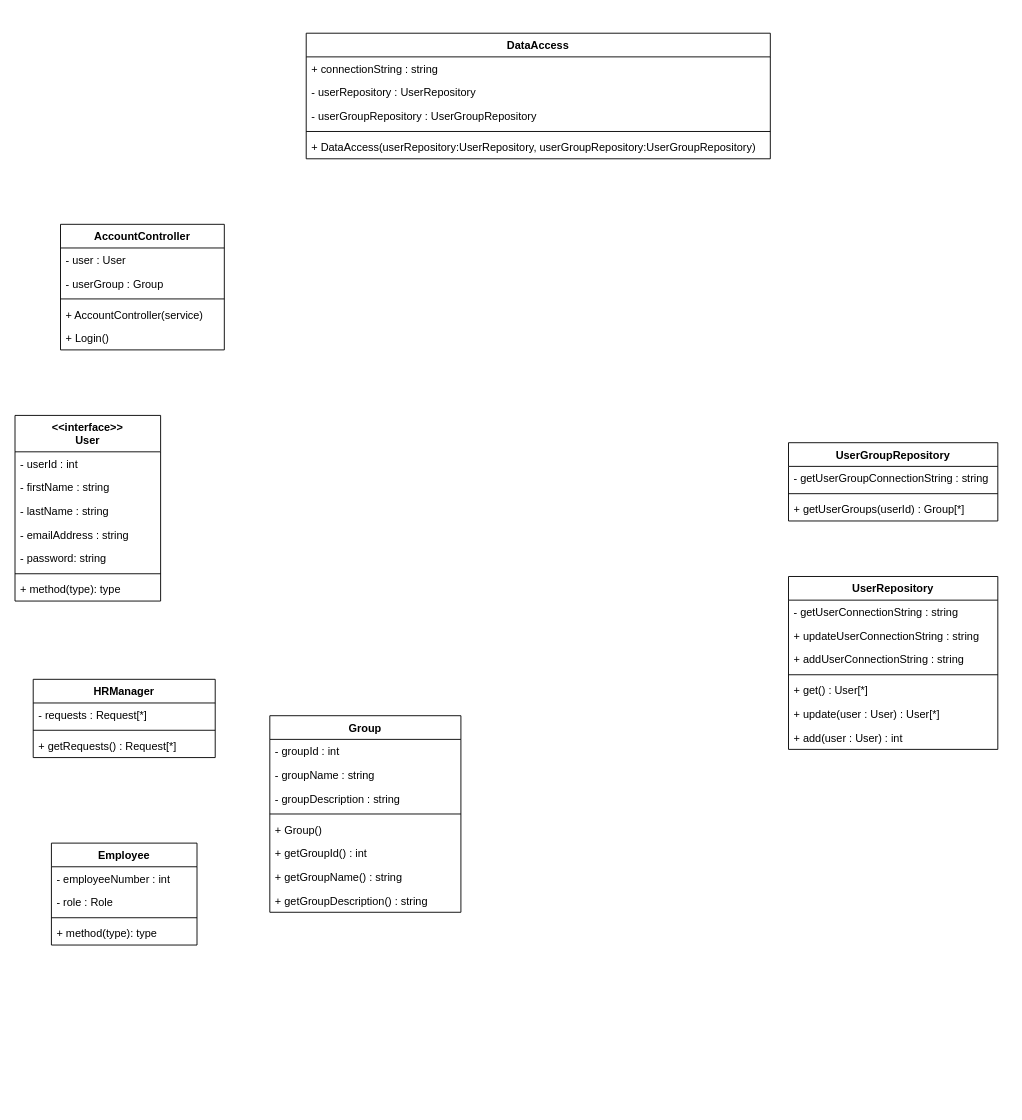
Above: LoginClassDiagram.drawio in learningCurve89/WorkBasedPortfolios (draw.io), before the change. Source tidied: cells renumbered, new cells numbered last; positions are measured from the earlier drawing's top-left corner, leaving out a move shared by most shapes. Both pictures are drawn from the tidied source at 91%, with x=0, y=0 at pixel (15, 33).
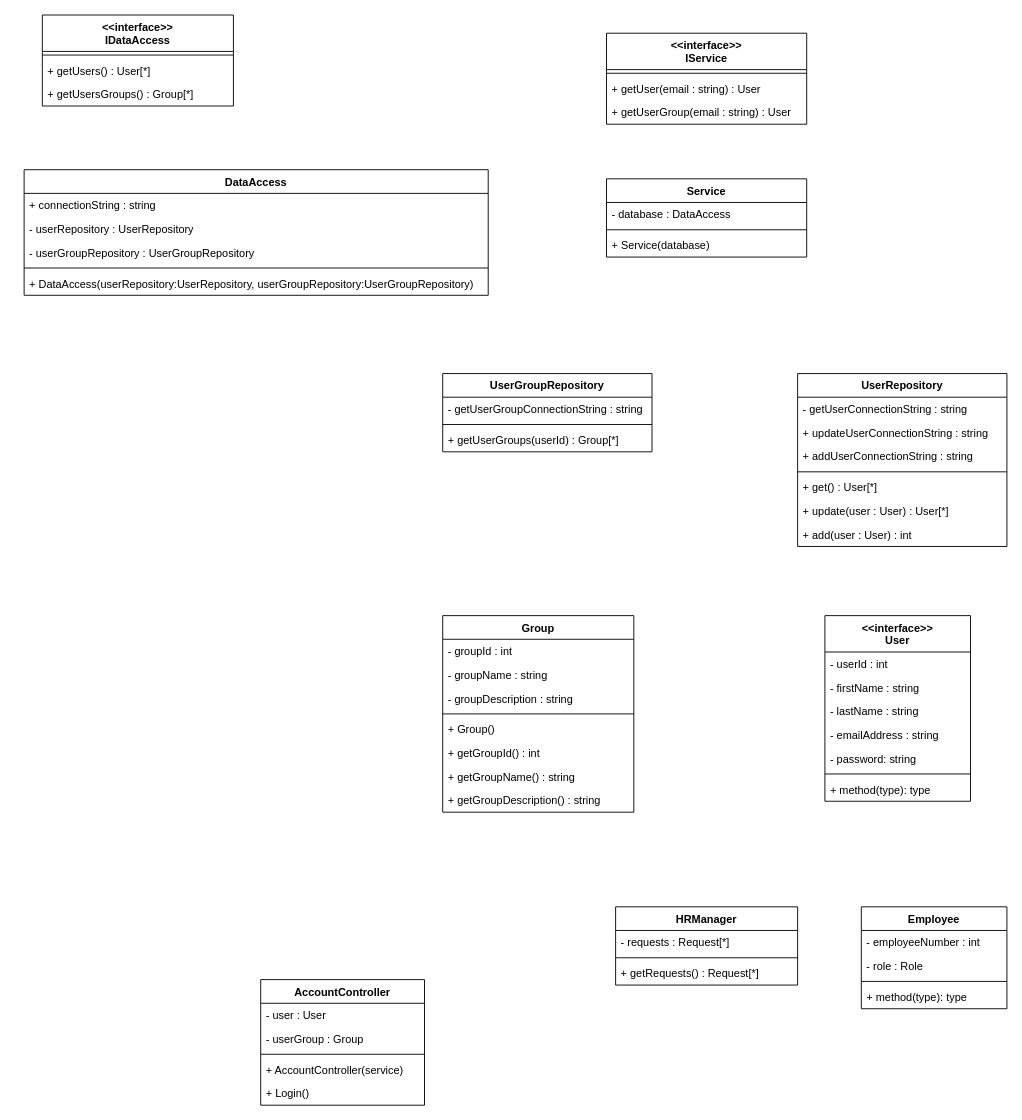
The same page after the edit.

Change to the diagram source:
```diff
@@
     <mxCell id="2" value="AccountController" style="swimlane;fontStyle=1;align=center;verticalAlign=top;horizontal=1;startSize=26;" parent="1" vertex="1">
-      <mxGeometry x="50" y="210" width="180" height="138" as="geometry" />
+      <mxGeometry x="270" y="1040" width="180" height="138" as="geometry" />
     </mxCell>
@@
     <mxCell id="8" value="&lt;&lt;interface&gt;&gt;&#10;User" style="swimlane;fontStyle=1;align=center;verticalAlign=top;horizontal=1;startSize=40;" parent="1" vertex="1">
-      <mxGeometry y="420" width="160" height="204" as="geometry" />
+      <mxGeometry x="890" y="640" width="160" height="204" as="geometry" />
     </mxCell>
@@
     <mxCell id="16" value="Group" style="swimlane;fontStyle=1;align=center;verticalAlign=top;horizontal=1;startSize=26;" parent="1" vertex="1">
-      <mxGeometry x="280" y="750" width="210" height="216" as="geometry" />
+      <mxGeometry x="470" y="640" width="210" height="216" as="geometry" />
     </mxCell>
@@
     <mxCell id="25" value="Employee" style="swimlane;fontStyle=1;align=center;verticalAlign=top;horizontal=1;startSize=26;" parent="1" vertex="1">
-      <mxGeometry x="40" y="890" width="160" height="112" as="geometry" />
+      <mxGeometry x="930" y="960" width="160" height="112" as="geometry" />
     </mxCell>
@@
     <mxCell id="30" value="HRManager" style="swimlane;fontStyle=1;align=center;verticalAlign=top;horizontal=1;startSize=26;" parent="1" vertex="1">
-      <mxGeometry x="20" y="710" width="200" height="86" as="geometry" />
+      <mxGeometry x="660" y="960" width="200" height="86" as="geometry" />
     </mxCell>
@@
     <mxCell id="34" value="UserGroupRepository" style="swimlane;fontStyle=1;align=center;verticalAlign=top;horizontal=1;startSize=26;" parent="1" vertex="1">
-      <mxGeometry x="850" y="450" width="230" height="86" as="geometry" />
+      <mxGeometry x="470" y="374" width="230" height="86" as="geometry" />
     </mxCell>
@@
     <mxCell id="38" value="UserRepository" style="swimlane;fontStyle=1;align=center;verticalAlign=top;horizontal=1;startSize=26;" parent="1" vertex="1">
-      <mxGeometry x="850" y="597" width="230" height="190" as="geometry" />
+      <mxGeometry x="860" y="374" width="230" height="190" as="geometry" />
     </mxCell>
@@
     <mxCell id="46" value="DataAccess" style="swimlane;fontStyle=1;align=center;verticalAlign=top;horizontal=1;startSize=26;" parent="1" vertex="1">
-      <mxGeometry x="320" width="510" height="138" as="geometry" />
+      <mxGeometry x="10" y="150" width="510" height="138" as="geometry" />
     </mxCell>
@@
+    <mxCell id="52" value="&lt;&lt;interface&gt;&gt;&#10;IService" style="swimlane;fontStyle=1;align=center;verticalAlign=top;horizontal=1;startSize=40;" parent="1" vertex="1">
+      <mxGeometry x="650" width="220" height="100" as="geometry" />
+    </mxCell>
+    <mxCell id="53" style="line;strokeWidth=1;fillColor=none;align=left;verticalAlign=middle;spacingTop=-1;spacingLeft=3;spacingRight=3;labelPosition=right;" parent="52" vertex="1">
+      <mxGeometry y="40" width="220" height="8" as="geometry" />
+    </mxCell>
+    <mxCell id="54" value="+ getUser(email : string) : User" style="text;strokeColor=none;fillColor=none;align=left;verticalAlign=top;spacingLeft=4;spacingRight=4;overflow=hidden;" parent="52" vertex="1">
+      <mxGeometry y="48" width="220" height="26" as="geometry" />
+    </mxCell>
+    <mxCell id="55" value="+ getUserGroup(email : string) : User" style="text;strokeColor=none;fillColor=none;align=left;verticalAlign=top;spacingLeft=4;spacingRight=4;overflow=hidden;" parent="52" vertex="1">
+      <mxGeometry y="74" width="220" height="26" as="geometry" />
+    </mxCell>
+    <mxCell id="56" value="Service" style="swimlane;fontStyle=1;align=center;verticalAlign=top;horizontal=1;startSize=26;" parent="1" vertex="1">
+      <mxGeometry x="650" y="160" width="220" height="86" as="geometry" />
+    </mxCell>
+    <mxCell id="57" value="- database : DataAccess" style="text;strokeColor=none;fillColor=none;align=left;verticalAlign=top;spacingLeft=4;spacingRight=4;overflow=hidden;" parent="56" vertex="1">
+      <mxGeometry y="26" width="220" height="26" as="geometry" />
+    </mxCell>
+    <mxCell id="58" style="line;strokeWidth=1;fillColor=none;align=left;verticalAlign=middle;spacingTop=-1;spacingLeft=3;spacingRight=3;labelPosition=right;" parent="56" vertex="1">
+      <mxGeometry y="52" width="220" height="8" as="geometry" />
+    </mxCell>
+    <mxCell id="59" value="+ Service(database)" style="text;strokeColor=none;fillColor=none;align=left;verticalAlign=top;spacingLeft=4;spacingRight=4;overflow=hidden;" parent="56" vertex="1">
+      <mxGeometry y="60" width="220" height="26" as="geometry" />
+    </mxCell>
+    <mxCell id="60" value="&lt;&lt;interface&gt;&gt;&#10;IDataAccess" style="swimlane;fontStyle=1;align=center;verticalAlign=top;horizontal=1;startSize=40;" parent="1" vertex="1">
+      <mxGeometry x="30" y="-20" width="210" height="100" as="geometry" />
+    </mxCell>
+    <mxCell id="61" style="line;strokeWidth=1;fillColor=none;align=left;verticalAlign=middle;spacingTop=-1;spacingLeft=3;spacingRight=3;labelPosition=right;" parent="60" vertex="1">
+      <mxGeometry y="40" width="210" height="8" as="geometry" />
+    </mxCell>
+    <mxCell id="62" value="+ getUsers() : User[*]" style="text;strokeColor=none;fillColor=none;align=left;verticalAlign=top;spacingLeft=4;spacingRight=4;overflow=hidden;" parent="60" vertex="1">
+      <mxGeometry y="48" width="210" height="26" as="geometry" />
+    </mxCell>
+    <mxCell id="63" value="+ getUsersGroups() : Group[*]" style="text;strokeColor=none;fillColor=none;align=left;verticalAlign=top;spacingLeft=4;spacingRight=4;overflow=hidden;" parent="60" vertex="1">
+      <mxGeometry y="74" width="210" height="26" as="geometry" />
+    </mxCell>
```
